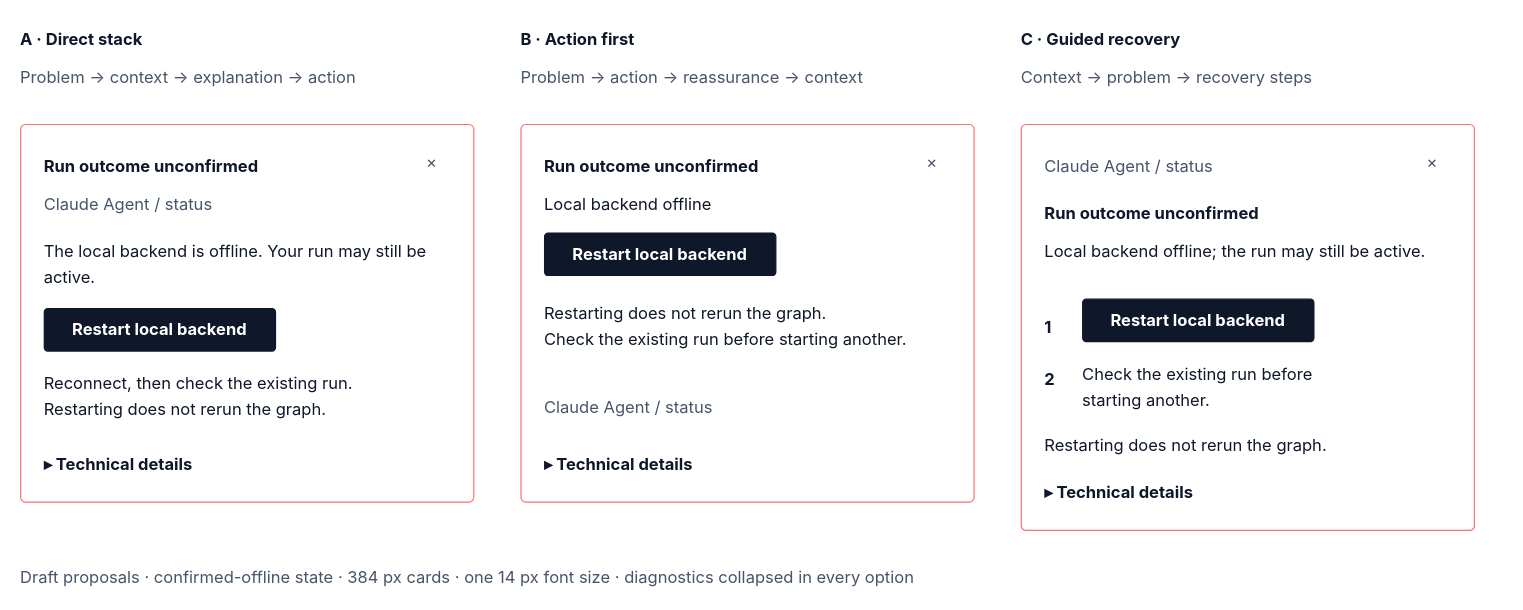
amadou-6e/specs keeps this draw.io diagram as page "Three compact alternatives" (1 of 5) of projects/laomedo/subsystems/agent-execution/design/local-runner-recovery.drawio. Above is the earlier version. Source tidied: cells renumbered, new cells numbered last; positions are measured from the earlier drawing's top-left corner, leaving out a move shared by most shapes. Both pictures are drawn from the tidied source at 118%, with x=0, y=0 at pixel (20, 20).
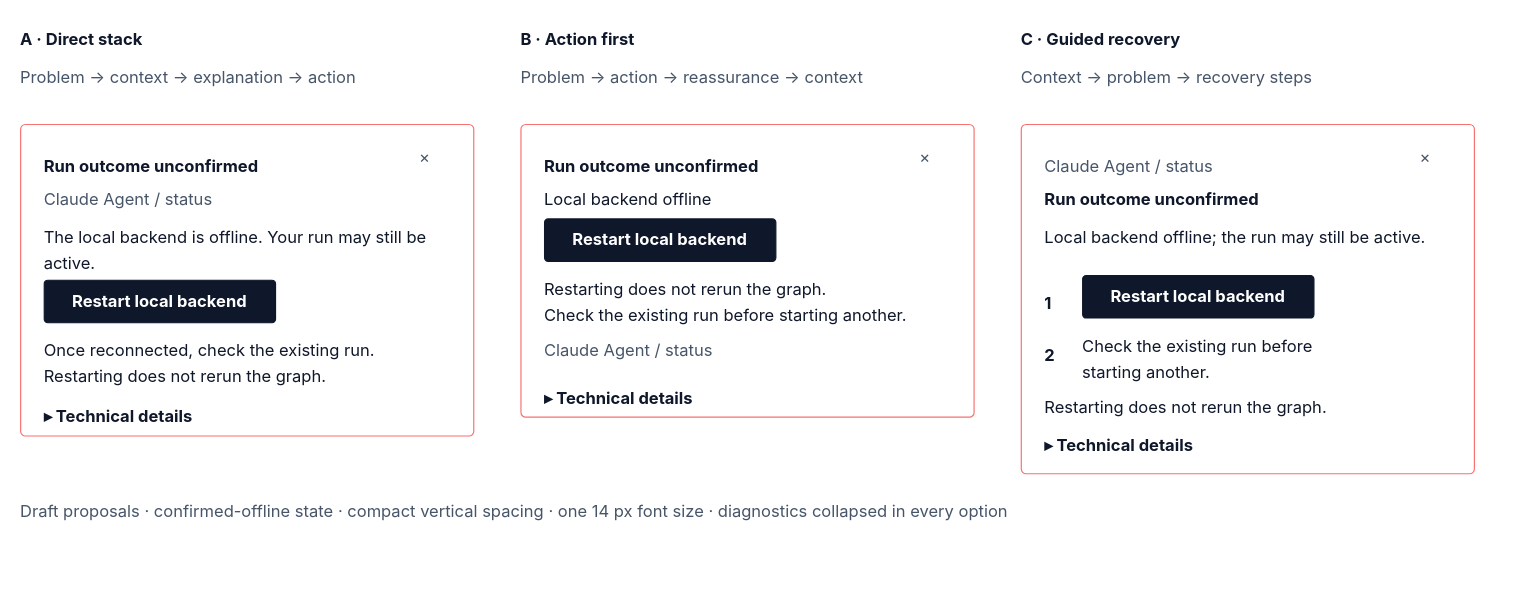
Above is the later version.

Commit message:
Tighten vertical spacing in recovery alternatives

The edit, as a diff of the source:
```diff
@@
     <mxCell id="4" style="fontFamily=Inter,Arial,sans-serif;fontSize=14;whiteSpace=wrap;html=1;rounded=1;arcSize=8;absoluteArcSize=1;fillColor=#FFFFFF;strokeColor=#F87171;" parent="1" vertex="1">
-      <mxGeometry y="88" width="384" height="320" as="geometry" />
+      <mxGeometry y="88" width="384" height="264" as="geometry" />
     </mxCell>
     <mxCell id="5" value="&lt;div style=&quot;line-height:22px;&quot;&gt;×&lt;/div&gt;" style="fontFamily=Inter,Arial,sans-serif;fontSize=14;whiteSpace=wrap;html=1;text;strokeColor=none;fillColor=none;align=left;verticalAlign=top;spacing=0;fontColor=#475569;fontStyle=0;" parent="1" vertex="1">
-      <mxGeometry x="344" y="104" width="20" height="24" as="geometry" />
+      <mxGeometry x="338" y="100" width="32" height="32" as="geometry" />
     </mxCell>
@@
     <mxCell id="8" style="fontFamily=Inter,Arial,sans-serif;fontSize=14;whiteSpace=wrap;html=1;rounded=1;arcSize=8;absoluteArcSize=1;fillColor=#FFFFFF;strokeColor=#F87171;" parent="1" vertex="1">
-      <mxGeometry x="424" y="88" width="384" height="320" as="geometry" />
+      <mxGeometry x="424" y="88" width="384" height="248" as="geometry" />
     </mxCell>
     <mxCell id="9" value="&lt;div style=&quot;line-height:22px;&quot;&gt;×&lt;/div&gt;" style="fontFamily=Inter,Arial,sans-serif;fontSize=14;whiteSpace=wrap;html=1;text;strokeColor=none;fillColor=none;align=left;verticalAlign=top;spacing=0;fontColor=#475569;fontStyle=0;" parent="1" vertex="1">
-      <mxGeometry x="768" y="104" width="20" height="24" as="geometry" />
+      <mxGeometry x="762" y="100" width="32" height="32" as="geometry" />
     </mxCell>
@@
     <mxCell id="12" style="fontFamily=Inter,Arial,sans-serif;fontSize=14;whiteSpace=wrap;html=1;rounded=1;arcSize=8;absoluteArcSize=1;fillColor=#FFFFFF;strokeColor=#F87171;" parent="1" vertex="1">
-      <mxGeometry x="848" y="88" width="384" height="344" as="geometry" />
+      <mxGeometry x="848" y="88" width="384" height="296" as="geometry" />
     </mxCell>
     <mxCell id="13" value="&lt;div style=&quot;line-height:22px;&quot;&gt;×&lt;/div&gt;" style="fontFamily=Inter,Arial,sans-serif;fontSize=14;whiteSpace=wrap;html=1;text;strokeColor=none;fillColor=none;align=left;verticalAlign=top;spacing=0;fontColor=#475569;fontStyle=0;" parent="1" vertex="1">
-      <mxGeometry x="1192" y="104" width="20" height="24" as="geometry" />
+      <mxGeometry x="1186" y="100" width="32" height="32" as="geometry" />
     </mxCell>
@@
     <mxCell id="15" value="&lt;div style=&quot;line-height:22px;&quot;&gt;Claude Agent / status&lt;/div&gt;" style="fontFamily=Inter,Arial,sans-serif;fontSize=14;whiteSpace=wrap;html=1;text;strokeColor=none;fillColor=none;align=left;verticalAlign=top;spacing=0;fontColor=#475569;fontStyle=0;" parent="1" vertex="1">
-      <mxGeometry x="20" y="140" width="344" height="24" as="geometry" />
+      <mxGeometry x="20" y="136" width="344" height="24" as="geometry" />
     </mxCell>
     <mxCell id="16" value="&lt;div style=&quot;line-height:22px;&quot;&gt;The local backend is offline. Your run may still be active.&lt;/div&gt;" style="fontFamily=Inter,Arial,sans-serif;fontSize=14;whiteSpace=wrap;html=1;text;strokeColor=none;fillColor=none;align=left;verticalAlign=top;spacing=0;fontColor=#0F172A;fontStyle=0;" parent="1" vertex="1">
-      <mxGeometry x="20" y="180" width="344" height="48" as="geometry" />
+      <mxGeometry x="20" y="168" width="344" height="48" as="geometry" />
     </mxCell>
     <mxCell id="17" value="Restart local backend" style="fontFamily=Inter,Arial,sans-serif;fontSize=14;whiteSpace=wrap;html=1;rounded=1;arcSize=6;absoluteArcSize=1;fillColor=#0F172A;strokeColor=#0F172A;fontColor=#FFFFFF;fontStyle=1;align=center;verticalAlign=middle;" parent="1" vertex="1">
-      <mxGeometry x="20" y="244" width="196" height="36" as="geometry" />
+      <mxGeometry x="20" y="220" width="196" height="36" as="geometry" />
     </mxCell>
-    <mxCell id="18" value="&lt;div style=&quot;line-height:22px;&quot;&gt;Reconnect, then check the existing run.&lt;br&gt;Restarting does not rerun the graph.&lt;/div&gt;" style="fontFamily=Inter,Arial,sans-serif;fontSize=14;whiteSpace=wrap;html=1;text;strokeColor=none;fillColor=none;align=left;verticalAlign=top;spacing=0;fontColor=#0F172A;fontStyle=0;" parent="1" vertex="1">
-      <mxGeometry x="20" y="292" width="344" height="44" as="geometry" />
+    <mxCell id="18" value="&lt;div style=&quot;line-height:22px;&quot;&gt;Once reconnected, check the existing run.&lt;br&gt;Restarting does not rerun the graph.&lt;/div&gt;" style="fontFamily=Inter,Arial,sans-serif;fontSize=14;whiteSpace=wrap;html=1;text;strokeColor=none;fillColor=none;align=left;verticalAlign=top;spacing=0;fontColor=#0F172A;fontStyle=0;" parent="1" vertex="1">
+      <mxGeometry x="20" y="264" width="344" height="44" as="geometry" />
     </mxCell>
     <mxCell id="19" value="&lt;div style=&quot;line-height:22px;&quot;&gt;▸ Technical details&lt;/div&gt;" style="fontFamily=Inter,Arial,sans-serif;fontSize=14;whiteSpace=wrap;html=1;text;strokeColor=none;fillColor=none;align=left;verticalAlign=top;spacing=0;fontColor=#0F172A;fontStyle=1;" parent="1" vertex="1">
-      <mxGeometry x="20" y="360" width="344" height="24" as="geometry" />
+      <mxGeometry x="20" y="320" width="344" height="24" as="geometry" />
     </mxCell>
@@
     <mxCell id="21" value="&lt;div style=&quot;line-height:22px;&quot;&gt;Local backend offline&lt;/div&gt;" style="fontFamily=Inter,Arial,sans-serif;fontSize=14;whiteSpace=wrap;html=1;text;strokeColor=none;fillColor=none;align=left;verticalAlign=top;spacing=0;fontColor=#0F172A;fontStyle=0;" parent="1" vertex="1">
-      <mxGeometry x="444" y="140" width="344" height="24" as="geometry" />
+      <mxGeometry x="444" y="136" width="344" height="24" as="geometry" />
     </mxCell>
     <mxCell id="22" value="Restart local backend" style="fontFamily=Inter,Arial,sans-serif;fontSize=14;whiteSpace=wrap;html=1;rounded=1;arcSize=6;absoluteArcSize=1;fillColor=#0F172A;strokeColor=#0F172A;fontColor=#FFFFFF;fontStyle=1;align=center;verticalAlign=middle;" parent="1" vertex="1">
-      <mxGeometry x="444" y="180" width="196" height="36" as="geometry" />
+      <mxGeometry x="444" y="168" width="196" height="36" as="geometry" />
     </mxCell>
     <mxCell id="23" value="&lt;div style=&quot;line-height:22px;&quot;&gt;Restarting does not rerun the graph.&lt;br&gt;Check the existing run before starting another.&lt;/div&gt;" style="fontFamily=Inter,Arial,sans-serif;fontSize=14;whiteSpace=wrap;html=1;text;strokeColor=none;fillColor=none;align=left;verticalAlign=top;spacing=0;fontColor=#0F172A;fontStyle=0;" parent="1" vertex="1">
-      <mxGeometry x="444" y="232" width="344" height="66" as="geometry" />
+      <mxGeometry x="444" y="212" width="344" height="44" as="geometry" />
     </mxCell>
     <mxCell id="24" value="&lt;div style=&quot;line-height:22px;&quot;&gt;Claude Agent / status&lt;/div&gt;" style="fontFamily=Inter,Arial,sans-serif;fontSize=14;whiteSpace=wrap;html=1;text;strokeColor=none;fillColor=none;align=left;verticalAlign=top;spacing=0;fontColor=#475569;fontStyle=0;" parent="1" vertex="1">
-      <mxGeometry x="444" y="312" width="344" height="24" as="geometry" />
+      <mxGeometry x="444" y="264" width="344" height="24" as="geometry" />
     </mxCell>
     <mxCell id="25" value="&lt;div style=&quot;line-height:22px;&quot;&gt;▸ Technical details&lt;/div&gt;" style="fontFamily=Inter,Arial,sans-serif;fontSize=14;whiteSpace=wrap;html=1;text;strokeColor=none;fillColor=none;align=left;verticalAlign=top;spacing=0;fontColor=#0F172A;fontStyle=1;" parent="1" vertex="1">
-      <mxGeometry x="444" y="360" width="344" height="24" as="geometry" />
+      <mxGeometry x="444" y="304" width="344" height="24" as="geometry" />
     </mxCell>
@@
     <mxCell id="27" value="&lt;div style=&quot;line-height:22px;&quot;&gt;Run outcome unconfirmed&lt;/div&gt;" style="fontFamily=Inter,Arial,sans-serif;fontSize=14;whiteSpace=wrap;html=1;text;strokeColor=none;fillColor=none;align=left;verticalAlign=top;spacing=0;fontColor=#0F172A;fontStyle=1;" parent="1" vertex="1">
-      <mxGeometry x="868" y="148" width="344" height="24" as="geometry" />
+      <mxGeometry x="868" y="136" width="344" height="24" as="geometry" />
     </mxCell>
     <mxCell id="28" value="&lt;div style=&quot;line-height:22px;&quot;&gt;Local backend offline; the run may still be active.&lt;/div&gt;" style="fontFamily=Inter,Arial,sans-serif;fontSize=14;whiteSpace=wrap;html=1;text;strokeColor=none;fillColor=none;align=left;verticalAlign=top;spacing=0;fontColor=#0F172A;fontStyle=0;" parent="1" vertex="1">
-      <mxGeometry x="868" y="180" width="344" height="44" as="geometry" />
+      <mxGeometry x="868" y="168" width="344" height="44" as="geometry" />
     </mxCell>
     <mxCell id="29" value="&lt;div style=&quot;line-height:22px;&quot;&gt;1&lt;/div&gt;" style="fontFamily=Inter,Arial,sans-serif;fontSize=14;whiteSpace=wrap;html=1;text;strokeColor=none;fillColor=none;align=left;verticalAlign=top;spacing=0;fontColor=#0F172A;fontStyle=1;" parent="1" vertex="1">
-      <mxGeometry x="868" y="244" width="20" height="24" as="geometry" />
+      <mxGeometry x="868" y="224" width="20" height="24" as="geometry" />
     </mxCell>
     <mxCell id="30" value="Restart local backend" style="fontFamily=Inter,Arial,sans-serif;fontSize=14;whiteSpace=wrap;html=1;rounded=1;arcSize=6;absoluteArcSize=1;fillColor=#0F172A;strokeColor=#0F172A;fontColor=#FFFFFF;fontStyle=1;align=center;verticalAlign=middle;" parent="1" vertex="1">
-      <mxGeometry x="900" y="236" width="196" height="36" as="geometry" />
+      <mxGeometry x="900" y="216" width="196" height="36" as="geometry" />
     </mxCell>
     <mxCell id="31" value="&lt;div style=&quot;line-height:22px;&quot;&gt;2&lt;/div&gt;" style="fontFamily=Inter,Arial,sans-serif;fontSize=14;whiteSpace=wrap;html=1;text;strokeColor=none;fillColor=none;align=left;verticalAlign=top;spacing=0;fontColor=#0F172A;fontStyle=1;" parent="1" vertex="1">
-      <mxGeometry x="868" y="288" width="20" height="24" as="geometry" />
+      <mxGeometry x="868" y="268" width="20" height="24" as="geometry" />
     </mxCell>
     <mxCell id="32" value="&lt;div style=&quot;line-height:22px;&quot;&gt;Check the existing run before&lt;br&gt;starting another.&lt;/div&gt;" style="fontFamily=Inter,Arial,sans-serif;fontSize=14;whiteSpace=wrap;html=1;text;strokeColor=none;fillColor=none;align=left;verticalAlign=top;spacing=0;fontColor=#0F172A;fontStyle=0;" parent="1" vertex="1">
-      <mxGeometry x="900" y="284" width="312" height="44" as="geometry" />
+      <mxGeometry x="900" y="260" width="312" height="44" as="geometry" />
     </mxCell>
     <mxCell id="33" value="&lt;div style=&quot;line-height:22px;&quot;&gt;Restarting does not rerun the graph.&lt;/div&gt;" style="fontFamily=Inter,Arial,sans-serif;fontSize=14;whiteSpace=wrap;html=1;text;strokeColor=none;fillColor=none;align=left;verticalAlign=top;spacing=0;fontColor=#0F172A;fontStyle=0;" parent="1" vertex="1">
-      <mxGeometry x="868" y="344" width="344" height="24" as="geometry" />
+      <mxGeometry x="868" y="312" width="344" height="24" as="geometry" />
     </mxCell>
     <mxCell id="34" value="&lt;div style=&quot;line-height:22px;&quot;&gt;▸ Technical details&lt;/div&gt;" style="fontFamily=Inter,Arial,sans-serif;fontSize=14;whiteSpace=wrap;html=1;text;strokeColor=none;fillColor=none;align=left;verticalAlign=top;spacing=0;fontColor=#0F172A;fontStyle=1;" parent="1" vertex="1">
-      <mxGeometry x="868" y="384" width="344" height="24" as="geometry" />
+      <mxGeometry x="868" y="344" width="344" height="24" as="geometry" />
     </mxCell>
-    <mxCell id="35" value="&lt;div style=&quot;line-height:22px;&quot;&gt;Draft proposals · confirmed-offline state · 384 px cards · one 14 px font size · diagnostics collapsed in every option&lt;/div&gt;" style="fontFamily=Inter,Arial,sans-serif;fontSize=14;whiteSpace=wrap;html=1;text;strokeColor=none;fillColor=none;align=left;verticalAlign=top;spacing=0;fontColor=#475569;fontStyle=0;" parent="1" vertex="1">
-      <mxGeometry y="456" width="1256" height="24" as="geometry" />
+    <mxCell id="35" value="&lt;div style=&quot;line-height:22px;&quot;&gt;Draft proposals · confirmed-offline state · compact vertical spacing · one 14 px font size · diagnostics collapsed in every option&lt;/div&gt;" style="fontFamily=Inter,Arial,sans-serif;fontSize=14;whiteSpace=wrap;html=1;text;strokeColor=none;fillColor=none;align=left;verticalAlign=top;spacing=0;fontColor=#475569;fontStyle=0;" parent="1" vertex="1">
+      <mxGeometry y="400" width="1256" height="24" as="geometry" />
     </mxCell>
```
